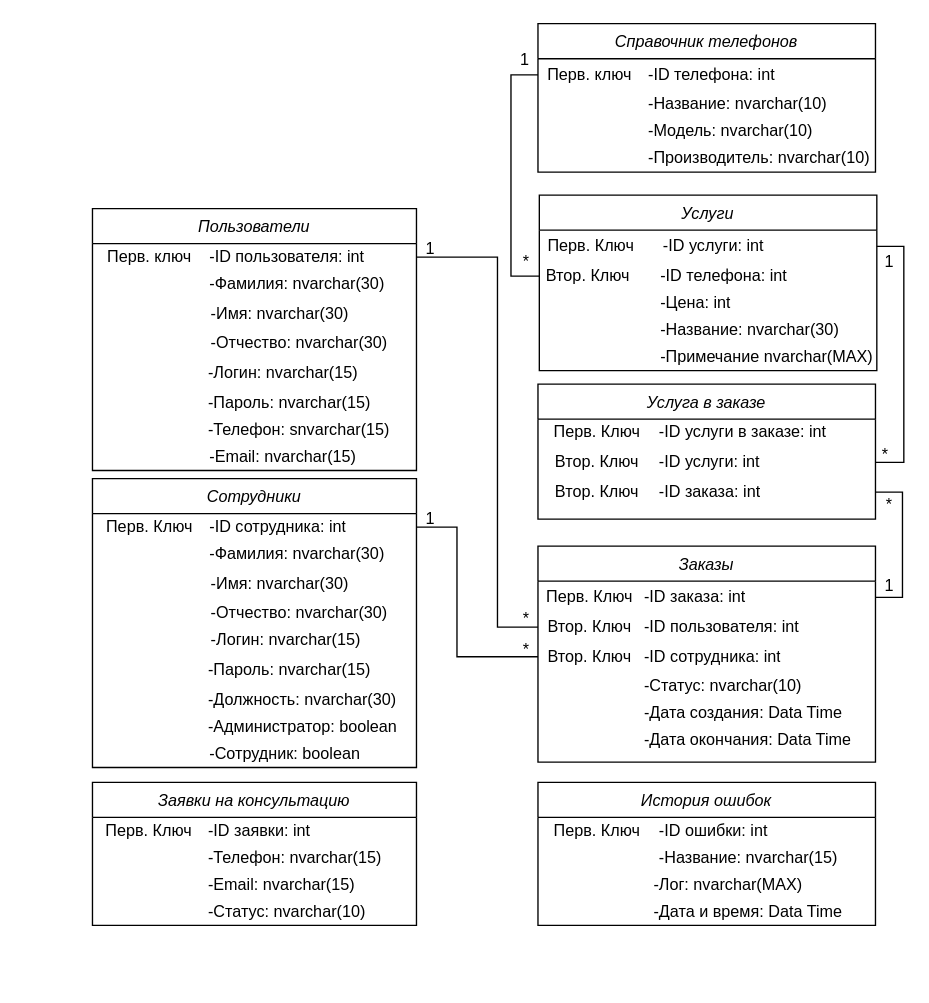
This is page "Логическая диаграмма классов базы данных" (4 of 5) of Курсач/Диаграммы/Диаграмма классов анализа.drawio from JolyBin/Valeriy, a draw.io file, before an edit. Source tidied: cells renumbered, new cells numbered last; positions are measured from the earlier drawing's top-left corner, leaving out a move shared by most shapes. Both pictures are drawn from the tidied source at 135%, with x=0, y=0 at pixel (92, 23).
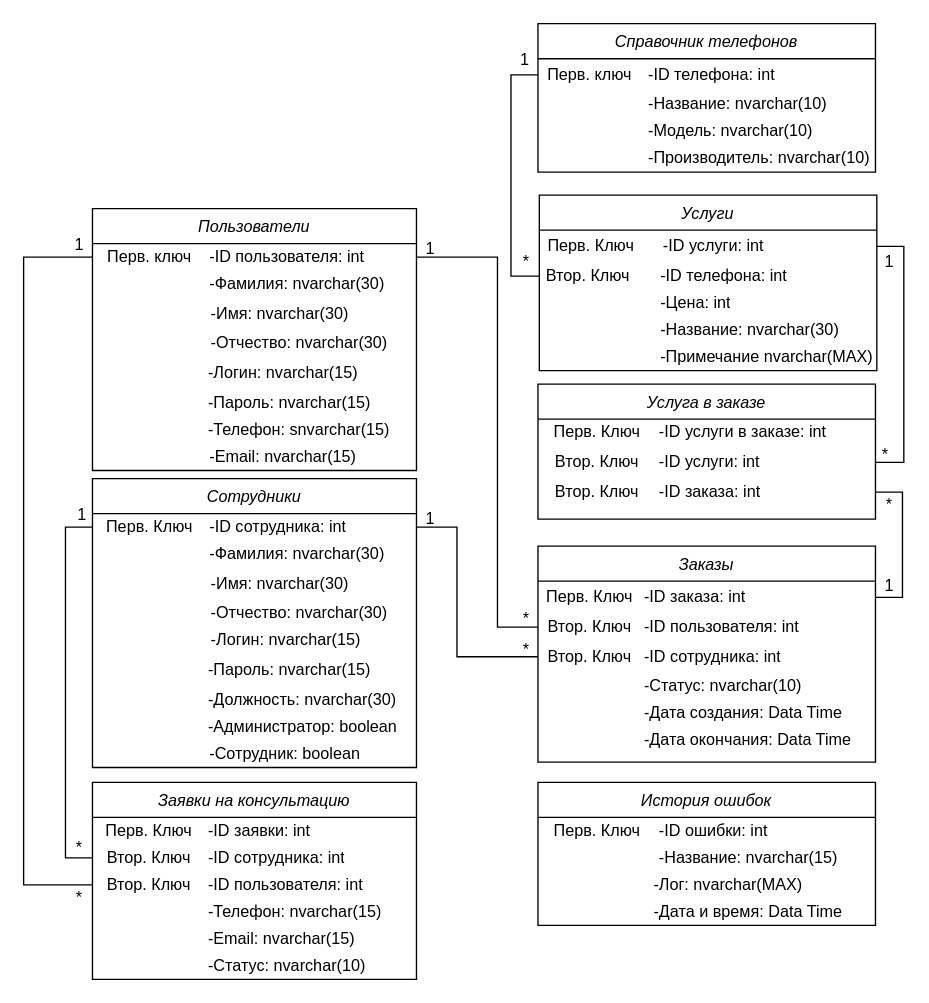
The same page after the edit.

The change refers to these unchanged cells:
```xml
<mxCell id="4" style="shape=partialRectangle;html=1;whiteSpace=wrap;fillColor=none;top=0;left=0;bottom=0;right=0;points=[[0,0.5],[1,0.5]];portConstraint=eastwest;" parent="3" vertex="1">
  <mxGeometry width="240" height="20" as="geometry" />
</mxCell>
<mxCell id="32" style="shape=partialRectangle;html=1;whiteSpace=wrap;fillColor=none;top=0;left=0;bottom=0;right=0;points=[[0,0.5],[1,0.5]];portConstraint=eastwest;" parent="31" vertex="1">
  <mxGeometry y="26" width="240" height="20" as="geometry" />
</mxCell>
<mxCell id="65" style="shape=partialRectangle;html=1;whiteSpace=wrap;fillColor=none;top=0;left=0;bottom=0;right=0;points=[[0,0.5],[1,0.5]];portConstraint=eastwest;" parent="64" vertex="1">
  <mxGeometry width="240" height="20" as="geometry" />
</mxCell>
```

What changed in the source:
```diff
@@
     <mxCell id="63" value="Заявки на консультацию" style="swimlane;fontStyle=2;align=center;verticalAlign=top;horizontal=1;startSize=26;rounded=0;shadow=0;strokeWidth=1;" parent="1" vertex="1">
-      <mxGeometry y="562" width="240" height="106" as="geometry" />
+      <mxGeometry y="562" width="240" height="146" as="geometry" />
     </mxCell>
+    <mxCell id="168" style="shape=partialRectangle;html=1;whiteSpace=wrap;fillColor=none;top=0;left=0;bottom=0;right=0;" parent="63" vertex="1">
+      <mxGeometry y="26" width="240" height="20" as="geometry" />
+    </mxCell>
+    <mxCell id="169" value="Перв. Ключ" style="shape=partialRectangle;html=1;whiteSpace=wrap;overflow=hidden;fillColor=none;top=0;left=0;bottom=0;right=0;align=center;" parent="168" vertex="1">
+      <mxGeometry width="84" height="20" as="geometry" />
+    </mxCell>
+    <mxCell id="170" value="-ID заявки: int" style="shape=partialRectangle;html=1;whiteSpace=wrap;overflow=hidden;fillColor=none;top=0;left=0;bottom=0;right=0;align=left;" parent="168" vertex="1">
+      <mxGeometry x="84" width="156" height="20" as="geometry" />
+    </mxCell>
+    <mxCell id="171" style="shape=partialRectangle;html=1;whiteSpace=wrap;fillColor=none;top=0;left=0;bottom=0;right=0;points=[[0,0.5],[1,0.5]];portConstraint=eastwest;" parent="63" vertex="1">
+      <mxGeometry y="46" width="240" height="20" as="geometry" />
+    </mxCell>
+    <mxCell id="172" value="Втор. Ключ" style="shape=partialRectangle;html=1;whiteSpace=wrap;overflow=hidden;fillColor=none;top=0;left=0;bottom=0;right=0;align=center;" parent="171" vertex="1">
+      <mxGeometry width="84" height="20" as="geometry" />
+    </mxCell>
+    <mxCell id="173" value="-ID сотрудника: int" style="shape=partialRectangle;html=1;whiteSpace=wrap;overflow=hidden;fillColor=none;top=0;left=0;bottom=0;right=0;align=left;" parent="171" vertex="1">
+      <mxGeometry x="84" width="156" height="20" as="geometry" />
+    </mxCell>
     <mxCell id="64" style="shape=table;html=1;whiteSpace=wrap;startSize=0;childLayout=tableLayout;fillColor=none;align=left;strokeColor=none;" parent="63" vertex="1">
-      <mxGeometry y="26" width="240" height="40" as="geometry" />
+      <mxGeometry y="66" width="240" height="40" as="geometry" />
     </mxCell>
@@
-    <mxCell id="66" value="Перв. Ключ" style="shape=partialRectangle;html=1;whiteSpace=wrap;overflow=hidden;fillColor=none;top=0;left=0;bottom=0;right=0;align=center;" parent="65" vertex="1">
+    <mxCell id="66" value="Втор. Ключ" style="shape=partialRectangle;html=1;whiteSpace=wrap;overflow=hidden;fillColor=none;top=0;left=0;bottom=0;right=0;align=center;" parent="65" vertex="1">
       <mxGeometry width="84" height="20" as="geometry" />
     </mxCell>
-    <mxCell id="67" value="-ID заявки: int" style="shape=partialRectangle;html=1;whiteSpace=wrap;overflow=hidden;fillColor=none;top=0;left=0;bottom=0;right=0;align=left;" parent="65" vertex="1">
+    <mxCell id="67" value="-ID пользователя: int" style="shape=partialRectangle;html=1;whiteSpace=wrap;overflow=hidden;fillColor=none;top=0;left=0;bottom=0;right=0;align=left;" parent="65" vertex="1">
       <mxGeometry x="84" width="156" height="20" as="geometry" />
     </mxCell>
@@
     <mxCell id="71" style="shape=partialRectangle;html=1;whiteSpace=wrap;fillColor=none;top=0;left=0;bottom=0;right=0;" parent="63" vertex="1">
-      <mxGeometry y="66" width="240" height="20" as="geometry" />
+      <mxGeometry y="106" width="240" height="20" as="geometry" />
     </mxCell>
@@
     <mxCell id="74" style="shape=partialRectangle;html=1;whiteSpace=wrap;fillColor=none;top=0;left=0;bottom=0;right=0;" parent="63" vertex="1">
-      <mxGeometry y="86" width="240" height="20" as="geometry" />
+      <mxGeometry y="126" width="240" height="20" as="geometry" />
     </mxCell>
@@
+    <mxCell id="174" style="edgeStyle=orthogonalEdgeStyle;rounded=0;jettySize=auto;html=1;exitX=0;exitY=0.5;exitDx=0;exitDy=0;entryX=0;entryY=0.5;entryDx=0;entryDy=0;endArrow=none;endFill=0;endSize=15;" parent="1" edge="1" source="4" target="65">
+      <mxGeometry relative="1" as="geometry">
+        <Array as="points">
+          <mxPoint x="-51" y="173" />
+          <mxPoint x="-51" y="638" />
+        </Array>
+      </mxGeometry>
+    </mxCell>
+    <mxCell id="175" style="edgeStyle=orthogonalEdgeStyle;rounded=0;jettySize=auto;html=1;exitX=0;exitY=0.5;exitDx=0;exitDy=0;entryX=0;entryY=0.5;entryDx=0;entryDy=0;endArrow=none;endFill=0;endSize=15;" parent="1" edge="1" source="32" target="171">
+      <mxGeometry relative="1" as="geometry" />
+    </mxCell>
+    <mxCell id="176" value="1" style="text;html=1;align=center;verticalAlign=middle;" parent="1" vertex="1">
+      <mxGeometry x="-20" y="154" width="20" height="20" as="geometry" />
+    </mxCell>
+    <mxCell id="177" value="1" style="text;html=1;align=center;verticalAlign=middle;" parent="1" vertex="1">
+      <mxGeometry x="-18" y="354" width="20" height="20" as="geometry" />
+    </mxCell>
+    <mxCell id="178" value="*" style="text;html=1;align=center;verticalAlign=middle;" parent="1" vertex="1">
+      <mxGeometry x="-20" y="638" width="20" height="20" as="geometry" />
+    </mxCell>
+    <mxCell id="179" value="*" style="text;html=1;align=center;verticalAlign=middle;" parent="1" vertex="1">
+      <mxGeometry x="-20" y="601" width="20" height="20" as="geometry" />
+    </mxCell>
```
